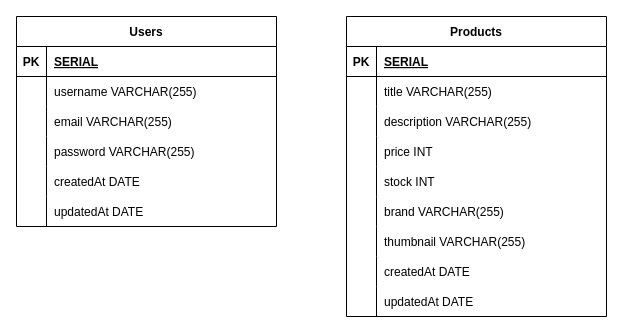
Earlier version of the draw.io diagram ERD/schema.drawio (fauzandwip/test-be_10xers). Source tidied: cells renumbered, new cells numbered last; positions are measured from the earlier drawing's top-left corner, leaving out a move shared by most shapes. Both pictures are drawn from the tidied source at 100%, with x=0, y=0 at pixel (16, 16).
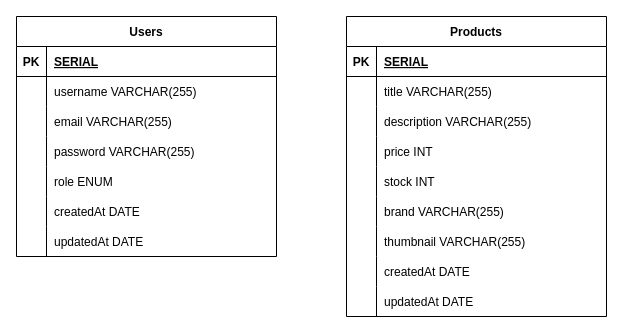
After the change.

Commit message (it also covers changes not shown here):
refactor: add role filed to User model/table

Diff of the diagram source:
```diff
@@
     <mxCell id="2" value="Users" style="shape=table;startSize=30;childLayout=tableLayout;rowLines=0;fontStyle=1;align=center;" parent="1" vertex="1">
-      <mxGeometry width="260" height="210" as="geometry" />
+      <mxGeometry width="260" height="240" as="geometry" />
     </mxCell>
@@
+    <mxCell id="49" style="shape=tableRow;horizontal=0;startSize=0;swimlaneHead=0;swimlaneBody=0;fillColor=none;top=0;left=0;right=0;bottom=0;" parent="2" vertex="1">
+      <mxGeometry y="150" width="260" height="30" as="geometry" />
+    </mxCell>
+    <mxCell id="50" style="shape=partialRectangle;fillColor=none;top=0;left=0;bottom=0;right=0;overflow=hidden;" parent="49" vertex="1">
+      <mxGeometry width="30" height="30" as="geometry" />
+    </mxCell>
+    <mxCell id="51" value="role ENUM" style="shape=partialRectangle;fillColor=none;top=0;left=0;bottom=0;right=0;align=left;spacingLeft=6;overflow=hidden;" parent="49" vertex="1">
+      <mxGeometry x="30" width="230" height="30" as="geometry" />
+    </mxCell>
     <mxCell id="15" style="shape=tableRow;horizontal=0;startSize=0;swimlaneHead=0;swimlaneBody=0;fillColor=none;top=0;left=0;right=0;bottom=0;" parent="2" vertex="1">
-      <mxGeometry y="150" width="260" height="30" as="geometry" />
+      <mxGeometry y="180" width="260" height="30" as="geometry" />
     </mxCell>
@@
     <mxCell id="18" style="shape=tableRow;horizontal=0;startSize=0;swimlaneHead=0;swimlaneBody=0;fillColor=none;top=0;left=0;right=0;bottom=0;" parent="2" vertex="1">
-      <mxGeometry y="180" width="260" height="30" as="geometry" />
+      <mxGeometry y="210" width="260" height="30" as="geometry" />
     </mxCell>
```
